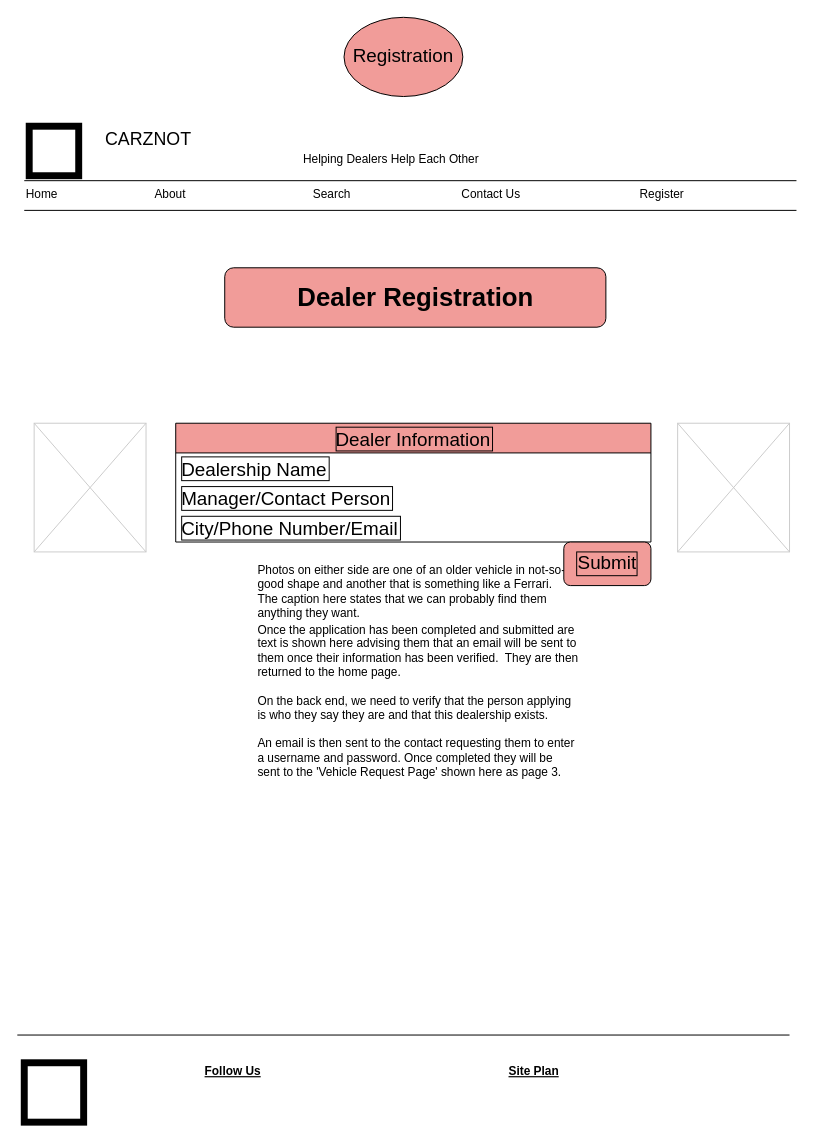
Earlier version of the draw.io diagram Registration wireframe.drawio (carznot2/wdd130). Source tidied: cells renumbered, new cells numbered last; positions are measured from the earlier drawing's top-left corner, leaving out a move shared by most shapes. Both pictures are drawn from the tidied source at 99%, with x=0, y=0 at pixel (17, 17).
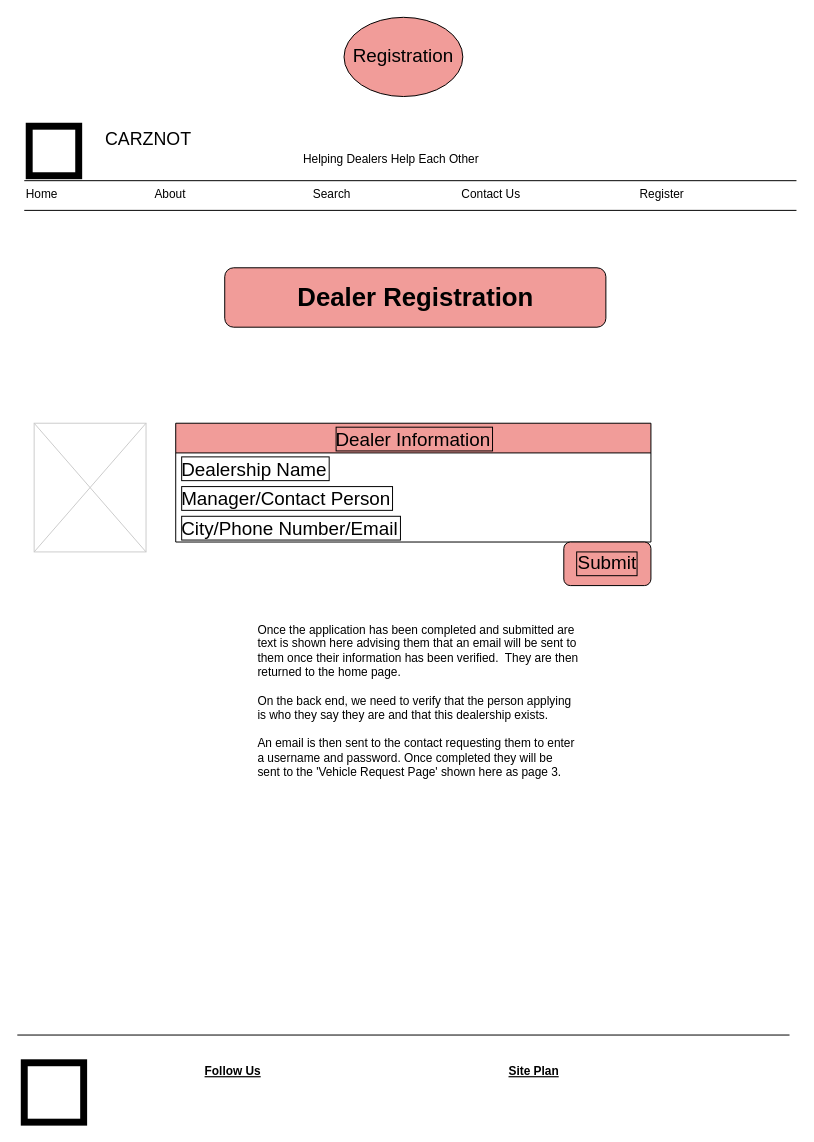
After the change.

Change to the diagram source:
```diff
@@
-    <mxCell id="10" value="Photos on either side are one of an older vehicle in not-so-good shape and another that is something like a Ferrari.  The caption here states that we can probably find them anything they want." style="text;spacingTop=-5;whiteSpace=wrap;align=left;" parent="1" vertex="1">
-      <mxGeometry x="241" y="550" width="322" height="70" as="geometry" />
-    </mxCell>
@@
-    <mxCell id="27" style="verticalLabelPosition=bottom;verticalAlign=top;strokeWidth=1;shape=mxgraph.mockup.graphics.iconGrid;strokeColor=#CCCCCC;gridSize=1,1;" parent="1" vertex="1">
-      <mxGeometry x="667" y="410" width="113" height="130" as="geometry" />
-    </mxCell>
```
